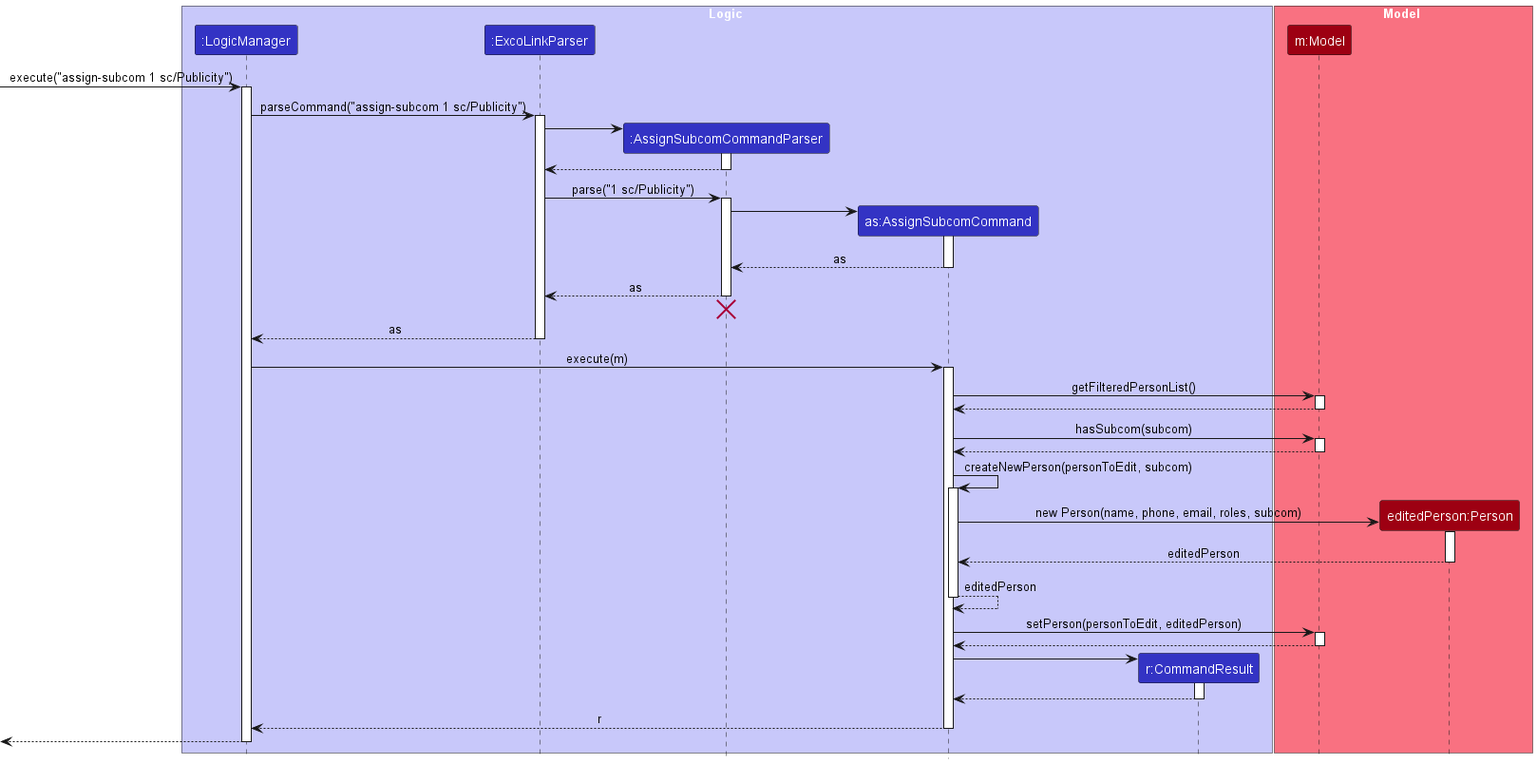
Before: docs/images/AssignSubcomSequenceDiagram.png, a diagram exported from PlantUML (AY2526S1-CS2103T-T12-3/tp). Source of this version:
```plantuml
@startuml AssignSubcomSequenceDiagram
!include style.puml
skinparam ArrowFontStyle plain

box Logic LOGIC_COLOR_T1
participant ":LogicManager" as LogicManager LOGIC_COLOR
participant ":ExcoLinkParser" as ExcoLinkParser LOGIC_COLOR
participant ":AssignSubcomCommandParser" as AssignSubcomCommandParser LOGIC_COLOR
participant "as:AssignSubcomCommand" as AssignSubcomCommand LOGIC_COLOR
participant "r:CommandResult" as CommandResult LOGIC_COLOR
end box

box Model MODEL_COLOR_T1
participant "m:Model" as Model MODEL_COLOR
participant "editedPerson:Person" as editedPerson MODEL_COLOR
end box

[-> LogicManager : execute("assign-subcom 1 sc/Publicity")
activate LogicManager

LogicManager -> ExcoLinkParser : parseCommand("assign-subcom 1 sc/Publicity")
activate ExcoLinkParser

create AssignSubcomCommandParser
ExcoLinkParser -> AssignSubcomCommandParser
activate AssignSubcomCommandParser

AssignSubcomCommandParser --> ExcoLinkParser
deactivate AssignSubcomCommandParser

ExcoLinkParser -> AssignSubcomCommandParser : parse("1 sc/Publicity")
activate AssignSubcomCommandParser

create AssignSubcomCommand
AssignSubcomCommandParser -> AssignSubcomCommand
activate AssignSubcomCommand

AssignSubcomCommand --> AssignSubcomCommandParser : as
deactivate AssignSubcomCommand

AssignSubcomCommandParser --> ExcoLinkParser : as
deactivate AssignSubcomCommandParser
AssignSubcomCommandParser -[hidden]-> ExcoLinkParser
destroy AssignSubcomCommandParser

ExcoLinkParser --> LogicManager : as
deactivate ExcoLinkParser

LogicManager -> AssignSubcomCommand : execute(m)
activate AssignSubcomCommand

AssignSubcomCommand -> Model : getFilteredPersonList()
activate Model

Model --> AssignSubcomCommand
deactivate Model


AssignSubcomCommand -> Model : hasSubcom(subcom)
activate Model
Model --> AssignSubcomCommand
deactivate Model

AssignSubcomCommand -> AssignSubcomCommand : createNewPerson(personToEdit, subcom)
activate AssignSubcomCommand

create editedPerson
AssignSubcomCommand -> editedPerson : new Person(name, phone, email, roles, subcom)
activate editedPerson
editedPerson --> AssignSubcomCommand : editedPerson
deactivate editedPerson
AssignSubcomCommand --> AssignSubcomCommand : editedPerson

deactivate AssignSubcomCommand

AssignSubcomCommand -> Model : setPerson(personToEdit, editedPerson)
activate Model
Model --> AssignSubcomCommand
deactivate Model

create CommandResult
AssignSubcomCommand -> CommandResult
activate CommandResult

CommandResult --> AssignSubcomCommand
deactivate CommandResult

AssignSubcomCommand --> LogicManager : r
deactivate AssignSubcomCommand

[<--LogicManager
deactivate LogicManager

@enduml
```
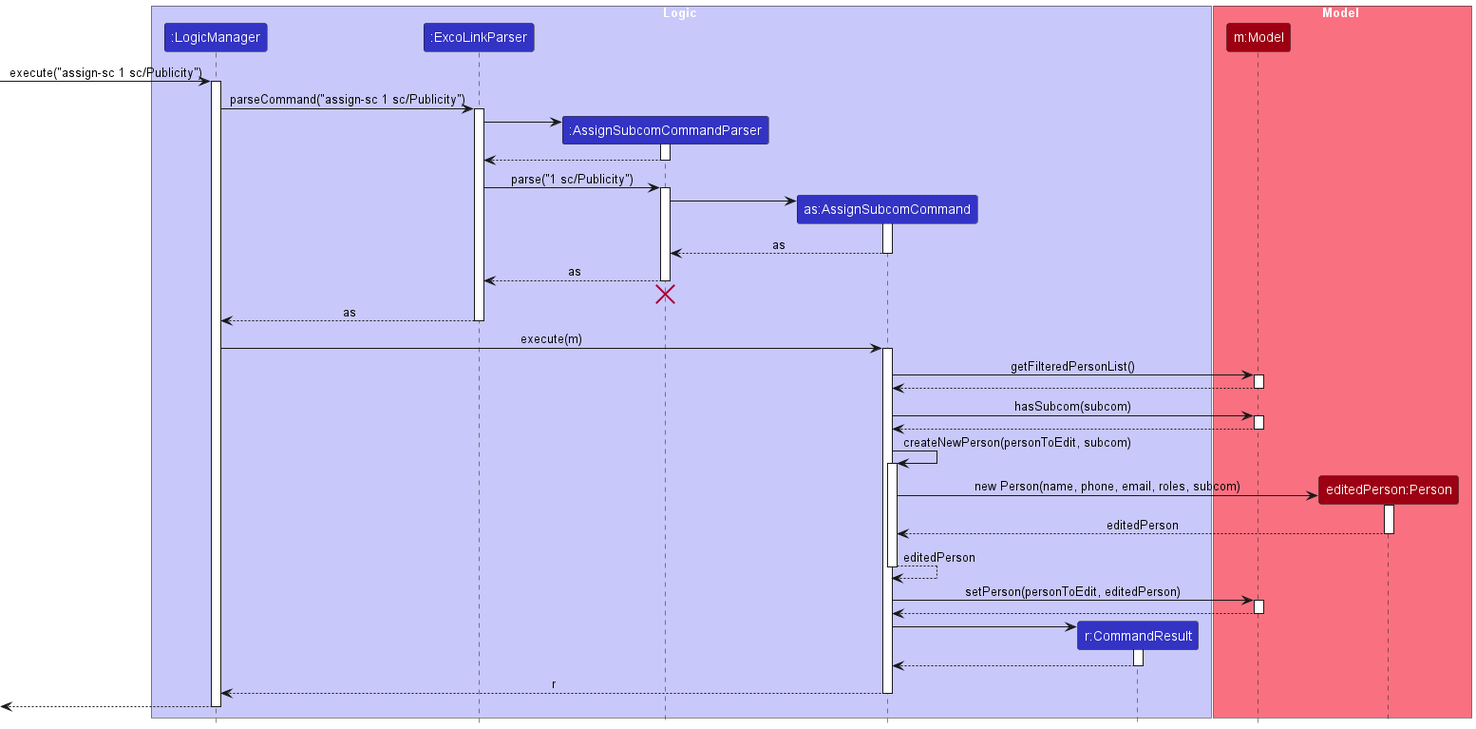
Above is the later version.

Commit message:
Update sequence diagram to sc command word

Change to the diagram source:
```diff
@@ -15,10 +15,10 @@
 participant "editedPerson:Person" as editedPerson MODEL_COLOR
 end box
 
-[-> LogicManager : execute("assign-subcom 1 sc/Publicity")
+[-> LogicManager : execute("assign-sc 1 sc/Publicity")
 activate LogicManager
 
-LogicManager -> ExcoLinkParser : parseCommand("assign-subcom 1 sc/Publicity")
+LogicManager -> ExcoLinkParser : parseCommand("assign-sc 1 sc/Publicity")
 activate ExcoLinkParser
 
 create AssignSubcomCommandParser
```
